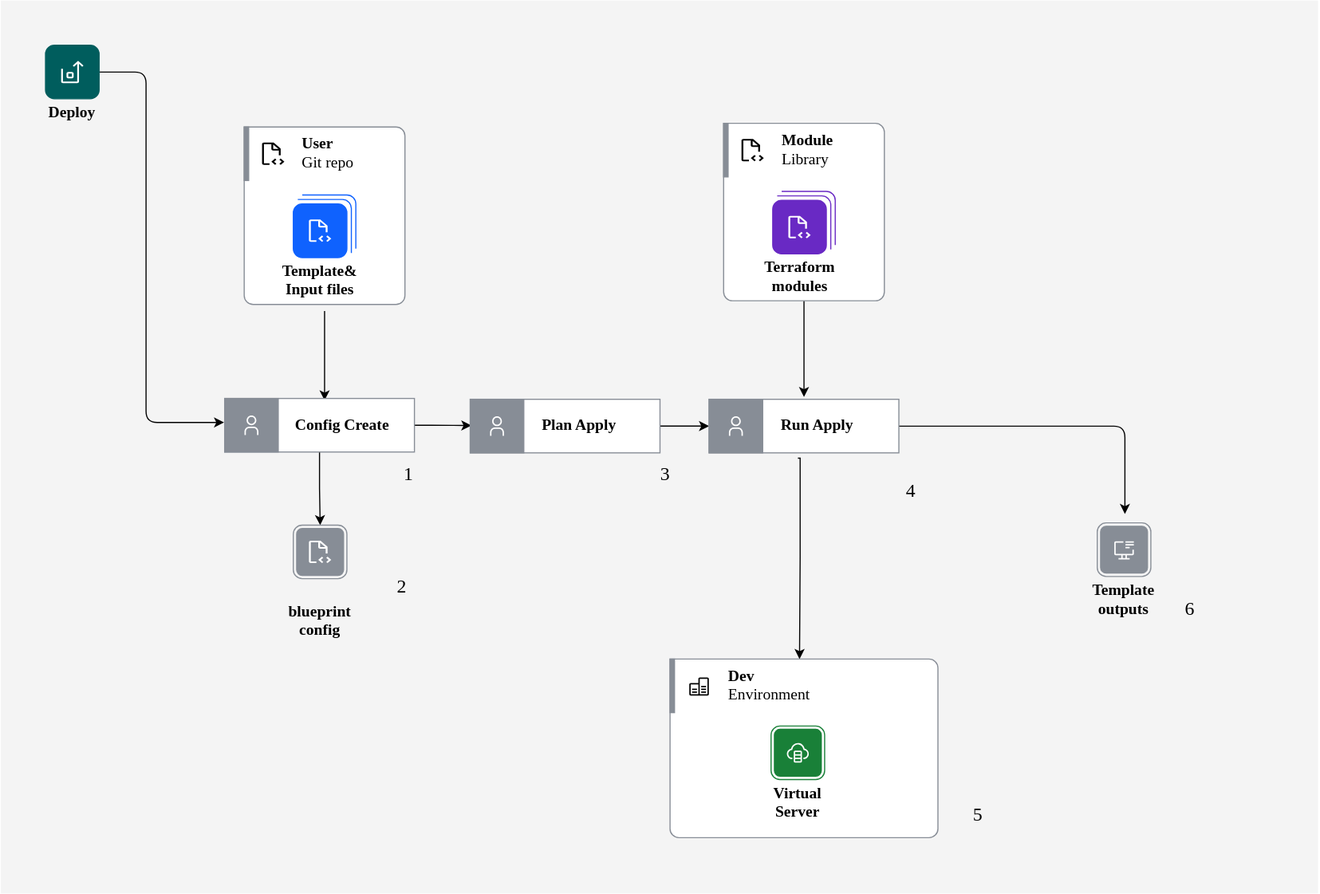
Earlier version of the draw.io export images/new/sc-bp-deploy.svg (ibm-cloud-docs/schematics). Source tidied: cells renumbered, new cells last; positions are measured from the earlier drawing's top-left corner, leaving out a move shared by most shapes.
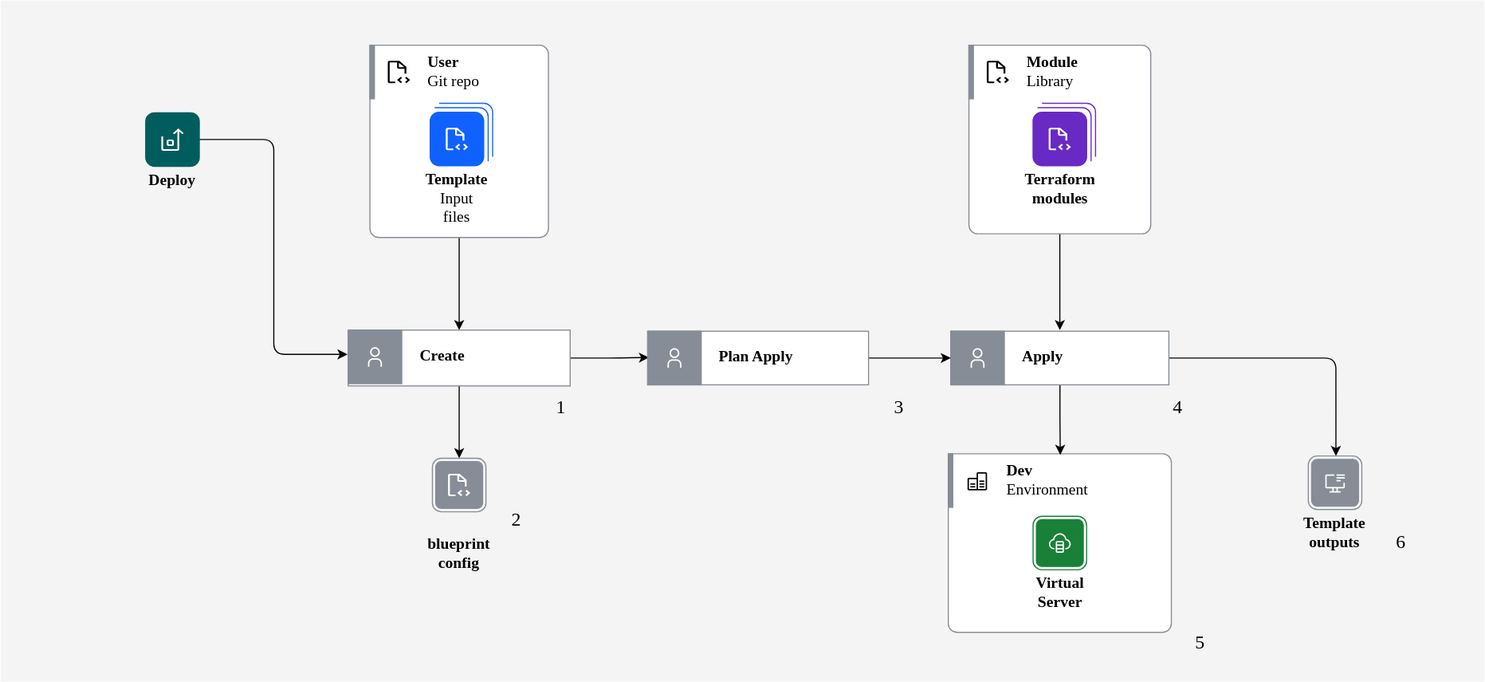
The same file after the commit.

What changed in the source:
```diff
@@ -3,37 +3,22 @@
     <mxCell id="0" />
     <mxCell id="1" parent="0" />
     <mxCell id="2" style="rounded=0;whiteSpace=wrap;html=1;fillColor=#F4F4F4;strokeColor=none;" parent="1" vertex="1">
-      <mxGeometry width="1180" height="800" as="geometry" />
+      <mxGeometry x="-150" y="60" width="1330" height="610" as="geometry" />
     </mxCell>
-    <mxCell id="3" style="edgeStyle=orthogonalEdgeStyle;rounded=0;jettySize=auto;html=1;entryX=0.5;entryY=0;entryDx=0;entryDy=0;exitX=0.468;exitY=1.099;exitDx=0;exitDy=0;startArrow=none;exitPerimeter=0;" parent="1" edge="1" source="18">
-      <mxGeometry relative="1" as="geometry">
-        <mxPoint x="715.5" y="590" as="targetPoint" />
-        <Array as="points">
-          <mxPoint x="716" y="410" />
-          <mxPoint x="716" y="498" />
-        </Array>
-      </mxGeometry>
-    </mxCell>
-    <mxCell id="4" style="edgeStyle=orthogonalEdgeStyle;rounded=0;orthogonalLoop=1;jettySize=auto;html=1;exitX=0.5;exitY=1;exitDx=0;exitDy=0;exitPerimeter=0;entryX=0.5;entryY=0;entryDx=0;entryDy=0;" parent="1" edge="1">
-      <mxGeometry relative="1" as="geometry">
-        <mxPoint x="290" y="278.2" as="sourcePoint" />
-        <mxPoint x="290" y="358.2" as="targetPoint" />
-      </mxGeometry>
-    </mxCell>
     <mxCell id="5" style="edgeStyle=orthogonalEdgeStyle;rounded=0;orthogonalLoop=1;jettySize=auto;html=1;exitX=0.5;exitY=1;exitDx=0;exitDy=0;exitPerimeter=0;entryX=0.5;entryY=0;entryDx=0;entryDy=0;fontSize=12;fontColor=#000000;" parent="1" edge="1">
       <mxGeometry relative="1" as="geometry">
-        <mxPoint x="719.5" y="190.2" as="sourcePoint" />
-        <mxPoint x="719.5" y="355.2" as="targetPoint" />
+        <mxPoint x="799.5" y="190.2" as="sourcePoint" />
+        <mxPoint x="799.5" y="355.2" as="targetPoint" />
       </mxGeometry>
     </mxCell>
     <object id="6" label="&lt;b style='font-weight:600'&gt;%Primary-Label%&lt;/b&gt;&lt;br&gt;%Secondary-Text%" Badge-Text="" Icon-Name="data--base--alt" Primary-Label="Dev" Secondary-Text="Environment" placeholders="1">
       <mxCell style="shape=mxgraph.ibm.base;ibmType=groupl;ibmLayout=expanded;strokeColor=#878d96;fillColor=default;html=1;whiteSpace=wrap;fontFamily=IBM Plex Sans;fontSize=14;image=;align=left;verticalAlign=middle;labelPosition=center;verticalLabelPosition=middle;spacing=0;spacingLeft=16;spacingRight=16;spacingTop=0;spacingBottom=0;" parent="1" vertex="1">
-        <mxGeometry x="599.5" y="590" width="240" height="160" as="geometry" />
+        <mxGeometry x="699.5" y="466" width="200" height="160" as="geometry" />
       </mxCell>
     </object>
     <object id="7" label="&lt;b style='font-weight:600'&gt;%Primary-Label%&lt;/b&gt;&lt;br&gt;%Secondary-Text%" Badge-Text="" Icon-Name="virtual-machine" Primary-Label="Virtual Server" Secondary-Text="" placeholders="1">
       <mxCell style="shape=mxgraph.ibm.base;ibmType=nodel;ibmLayout=collapsed;strokeColor=#198038;fillColor=none;html=1;whiteSpace=wrap;fontFamily=IBM Plex Sans;fontSize=14;image=;align=center;verticalAlign=top;labelPosition=center;verticalLabelPosition=bottom;spacing=0;spacingLeft=16;spacingRight=16;spacingTop=0;spacingBottom=4;ibmDouble=1;" parent="6" vertex="1">
-        <mxGeometry x="90.5" y="60" width="48" height="48" as="geometry" />
+        <mxGeometry x="76" y="56" width="48" height="48" as="geometry" />
       </mxCell>
     </object>
     <mxCell id="8" style="edgeStyle=orthogonalEdgeStyle;rounded=1;jettySize=auto;html=1;entryX=0.006;entryY=0.49;entryDx=0;entryDy=0;entryPerimeter=0;" parent="1" edge="1" source="10" target="16">
@@ -42,89 +27,88 @@
     <mxCell id="9" style="edgeStyle=orthogonalEdgeStyle;rounded=0;jettySize=auto;html=1;fontFamily=IBM Plex Sans;fontSize=17;" parent="1" edge="1" source="10" target="20">
       <mxGeometry relative="1" as="geometry" />
     </mxCell>
-    <object id="10" label="&lt;b style='font-weight:600'&gt;%Primary-Label%&lt;/b&gt;&lt;br&gt;%Secondary-Text%" Badge-Text="" Icon-Name="user" Primary-Label="Config Create" Secondary-Text="" placeholders="1">
+    <object id="10" label="&lt;b style='font-weight:600'&gt;%Primary-Label%&lt;/b&gt;&lt;br&gt;%Secondary-Text%" Badge-Text="" Icon-Name="user" Primary-Label="Create" Secondary-Text="" placeholders="1">
       <mxCell style="shape=mxgraph.ibm.base;ibmType=nodep;ibmLayout=expanded;strokeColor=#878d96;fillColor=default;html=1;whiteSpace=wrap;fontFamily=IBM Plex Sans;fontSize=14;image=;align=left;verticalAlign=middle;labelPosition=center;verticalLabelPosition=middle;spacing=0;spacingLeft=16;spacingRight=16;spacingTop=0;spacingBottom=0;" parent="1" vertex="1">
-        <mxGeometry x="200.5" y="356.5" width="170" height="48" as="geometry" />
+        <mxGeometry x="161.5" y="355.2" width="199" height="50" as="geometry" />
       </mxCell>
     </object>
     <object id="11" label="&lt;b style='font-weight:600'&gt;%Primary-Label%&lt;/b&gt;&lt;br&gt;%Secondary-Text%" Badge-Text="" Icon-Name="script" Primary-Label="Module" Secondary-Text="Library" placeholders="1">
       <mxCell style="shape=mxgraph.ibm.base;ibmType=groupl;ibmLayout=expanded;strokeColor=#878d96;fillColor=default;html=1;whiteSpace=wrap;fontFamily=IBM Plex Sans;fontSize=14;image=;align=left;verticalAlign=middle;labelPosition=center;verticalLabelPosition=middle;spacing=0;spacingLeft=16;spacingRight=16;spacingTop=0;spacingBottom=0;" parent="1" vertex="1">
-        <mxGeometry x="647.5" y="110" width="144" height="159" as="geometry" />
+        <mxGeometry x="718" y="100" width="163" height="169" as="geometry" />
       </mxCell>
     </object>
     <object id="12" label="&lt;b style='font-weight:600'&gt;%Primary-Label%&lt;/b&gt;&lt;br&gt;%Secondary-Text%" Badge-Text="" Icon-Name="script" Primary-Label="Terraform modules" Secondary-Text="" placeholders="1">
       <mxCell style="shape=mxgraph.ibm.base;ibmType=nodel;ibmLayout=collapsed;strokeColor=#6929c4;fillColor=none;html=1;whiteSpace=wrap;fontFamily=IBM Plex Sans;fontSize=14;image=;align=center;verticalAlign=top;labelPosition=center;verticalLabelPosition=bottom;spacing=0;spacingLeft=16;spacingRight=16;spacingTop=0;spacingBottom=4;ibmMultiplicity=1;" parent="11" vertex="1">
-        <mxGeometry x="44" y="69" width="48" height="48" as="geometry" />
+        <mxGeometry x="57.5" y="60" width="48" height="48" as="geometry" />
       </mxCell>
     </object>
+    <mxCell id="29" style="edgeStyle=orthogonalEdgeStyle;rounded=0;jettySize=auto;html=1;fontFamily=IBM Plex Sans;" parent="1" edge="1" source="13" target="10">
+      <mxGeometry relative="1" as="geometry" />
+    </mxCell>
     <object id="13" label="&lt;b style='font-weight:600'&gt;%Primary-Label%&lt;/b&gt;&lt;br&gt;%Secondary-Text%" Badge-Text="" Icon-Name="script" Primary-Label="User" Secondary-Text="Git repo" placeholders="1">
       <mxCell style="shape=mxgraph.ibm.base;ibmType=groupl;ibmLayout=expanded;strokeColor=#878d96;fillColor=default;html=1;whiteSpace=wrap;fontFamily=IBM Plex Sans;fontSize=14;image=;align=left;verticalAlign=middle;labelPosition=center;verticalLabelPosition=middle;spacing=0;spacingLeft=16;spacingRight=16;spacingTop=0;spacingBottom=0;" parent="1" vertex="1">
-        <mxGeometry x="218" y="113.2" width="144" height="159" as="geometry" />
+        <mxGeometry x="181" y="100" width="160" height="172.2" as="geometry" />
       </mxCell>
     </object>
-    <object id="14" label="&lt;b style='font-weight:600'&gt;%Primary-Label%&lt;/b&gt;&lt;br&gt;%Secondary-Text%" Badge-Text="" Icon-Name="script" Primary-Label="Template&amp;&#10;Input files" Secondary-Text="" placeholders="1">
+    <object id="14" label="&lt;b style='font-weight:600'&gt;%Primary-Label%&lt;/b&gt;&lt;br&gt;%Secondary-Text%" Badge-Text="" Icon-Name="script" Primary-Label="Template" Secondary-Text="Input files" placeholders="1">
       <mxCell style="shape=mxgraph.ibm.base;ibmType=nodel;ibmLayout=collapsed;strokeColor=#0f62fe;fillColor=none;html=1;whiteSpace=wrap;fontFamily=IBM Plex Sans;fontSize=14;image=;align=center;verticalAlign=top;labelPosition=center;verticalLabelPosition=bottom;spacing=0;spacingLeft=16;spacingRight=16;spacingTop=0;spacingBottom=4;ibmMultiplicity=1;" parent="13" vertex="1">
-        <mxGeometry x="44" y="69" width="48" height="48" as="geometry" />
+        <mxGeometry x="54" y="60" width="48" height="48" as="geometry" />
       </mxCell>
     </object>
-    <mxCell id="15" style="edgeStyle=orthogonalEdgeStyle;rounded=1;jettySize=auto;html=1;" parent="1" edge="1" source="16" target="18">
-      <mxGeometry relative="1" as="geometry" />
-    </mxCell>
-    <object id="16" label="&lt;b style='font-weight:600'&gt;%Primary-Label%&lt;/b&gt;&lt;br&gt;%Secondary-Text%" Badge-Text="" Icon-Name="user" Primary-Label="Plan Apply" Secondary-Text="" placeholders="1">
-      <mxCell style="shape=mxgraph.ibm.base;ibmType=nodep;ibmLayout=expanded;strokeColor=#878d96;fillColor=default;html=1;whiteSpace=wrap;fontFamily=IBM Plex Sans;fontSize=14;image=;align=left;verticalAlign=middle;labelPosition=center;verticalLabelPosition=middle;spacing=0;spacingLeft=16;spacingRight=16;spacingTop=0;spacingBottom=0;" parent="1" vertex="1">
-        <mxGeometry x="420.5" y="357.2" width="170" height="48" as="geometry" />
-      </mxCell>
-    </object>
-    <mxCell id="17" style="edgeStyle=orthogonalEdgeStyle;rounded=1;jettySize=auto;html=1;" parent="1" edge="1" source="18">
-      <mxGeometry relative="1" as="geometry">
-        <mxPoint x="1007" y="460" as="targetPoint" />
-      </mxGeometry>
+    <mxCell id="17" style="edgeStyle=orthogonalEdgeStyle;rounded=1;jettySize=auto;html=1;entryX=0.516;entryY=0;entryDx=0;entryDy=0;entryPerimeter=0;" parent="1" edge="1" source="18" target="19">
+      <mxGeometry relative="1" as="geometry" />
     </mxCell>
+    <mxCell id="30" style="edgeStyle=orthogonalEdgeStyle;rounded=0;jettySize=auto;html=1;entryX=0.502;entryY=0.006;entryDx=0;entryDy=0;entryPerimeter=0;" parent="1" edge="1" source="18" target="6">
+      <mxGeometry relative="1" as="geometry" />
+    </mxCell>
-    <object id="18" label="&lt;b style='font-weight:600'&gt;%Primary-Label%&lt;/b&gt;&lt;br&gt;%Secondary-Text%" Badge-Text="" Icon-Name="user" Primary-Label="Run Apply" Secondary-Text="" placeholders="1">
+    <object id="18" label="&lt;b style='font-weight:600'&gt;%Primary-Label%&lt;/b&gt;&lt;br&gt;%Secondary-Text%" Badge-Text="" Icon-Name="user" Primary-Label="Apply" Secondary-Text="" placeholders="1">
       <mxCell style="shape=mxgraph.ibm.base;ibmType=nodep;ibmLayout=expanded;strokeColor=#878d96;fillColor=default;html=1;whiteSpace=wrap;fontFamily=IBM Plex Sans;fontSize=14;image=;align=left;verticalAlign=middle;labelPosition=center;verticalLabelPosition=middle;spacing=0;spacingLeft=16;spacingRight=16;spacingTop=0;spacingBottom=0;" parent="1" vertex="1">
-        <mxGeometry x="634.5" y="357.2" width="170" height="48" as="geometry" />
+        <mxGeometry x="701.8" y="356.2" width="195.5" height="48" as="geometry" />
       </mxCell>
     </object>
     <object id="19" label="&lt;b style='font-weight:600'&gt;%Primary-Label%&lt;/b&gt;&lt;br&gt;%Secondary-Text%" Badge-Text="" Icon-Name="cloud--logging" Primary-Label="Template outputs" Secondary-Text="" placeholders="1">
       <mxCell style="shape=mxgraph.ibm.base;ibmType=nodel;ibmLayout=collapsed;strokeColor=#878d96;fillColor=none;html=1;whiteSpace=wrap;fontFamily=IBM Plex Sans;fontSize=14;image=;align=center;verticalAlign=top;labelPosition=center;verticalLabelPosition=bottom;spacing=0;spacingLeft=16;spacingRight=16;spacingTop=0;spacingBottom=4;ibmDouble=1;" parent="1" vertex="1">
-        <mxGeometry x="982.2" y="468" width="48" height="48" as="geometry" />
+        <mxGeometry x="1022.2" y="468" width="48" height="48" as="geometry" />
       </mxCell>
     </object>
     <object id="20" label="&lt;b style='font-weight:600'&gt;%Primary-Label%&lt;/b&gt;&lt;br&gt;%Secondary-Text%" Badge-Text="" Icon-Name="script" Primary-Label="&#10;blueprint config" Secondary-Text="" placeholders="1">
       <mxCell style="shape=mxgraph.ibm.base;ibmType=nodel;ibmLayout=collapsed;strokeColor=#878d96;fillColor=none;html=1;whiteSpace=wrap;fontFamily=IBM Plex Sans;fontSize=14;image=;align=center;verticalAlign=top;labelPosition=center;verticalLabelPosition=bottom;spacing=0;spacingLeft=16;spacingRight=16;spacingTop=0;spacingBottom=4;ibmDouble=1;" parent="1" vertex="1">
-        <mxGeometry x="262" y="470" width="48" height="48" as="geometry" />
+        <mxGeometry x="237" y="470" width="48" height="48" as="geometry" />
       </mxCell>
     </object>
-    <mxCell id="21" style="edgeStyle=orthogonalEdgeStyle;rounded=1;jettySize=auto;html=1;entryX=-0.003;entryY=0.448;entryDx=0;entryDy=0;entryPerimeter=0;fontFamily=IBM Plex Sans;fontSize=17;strokeColor=#000000;strokeWidth=1;" parent="1" edge="1" source="22" target="10">
-      <mxGeometry relative="1" as="geometry">
-        <Array as="points">
-          <mxPoint x="130" y="64" />
-          <mxPoint x="130" y="378" />
-        </Array>
-      </mxGeometry>
+    <mxCell id="21" style="edgeStyle=orthogonalEdgeStyle;rounded=1;jettySize=auto;html=1;entryX=-0.003;entryY=0.435;entryDx=0;entryDy=0;entryPerimeter=0;" parent="1" edge="1" source="22" target="10">
+      <mxGeometry relative="1" as="geometry" />
     </mxCell>
     <object id="22" label="&lt;b style='font-weight:600'&gt;%Primary-Label%&lt;/b&gt;&lt;br&gt;%Secondary-Text%" Badge-Text="" Icon-Name="deploy" Primary-Label="Deploy" Secondary-Text="" placeholders="1">
       <mxCell style="shape=mxgraph.ibm.base;ibmType=nodel;ibmLayout=collapsed;strokeColor=#005d5d;fillColor=none;html=1;whiteSpace=wrap;fontFamily=IBM Plex Sans;fontSize=14;image=;align=center;verticalAlign=top;labelPosition=center;verticalLabelPosition=bottom;spacing=0;spacingLeft=16;spacingRight=16;spacingTop=0;spacingBottom=4;dashed=1;" parent="1" vertex="1">
-        <mxGeometry x="40" y="40" width="48" height="48" as="geometry" />
+        <mxGeometry x="-20" y="160.5" width="48" height="48" as="geometry" />
       </mxCell>
     </object>
     <mxCell id="23" value="&lt;font style=&quot;font-size: 17px;&quot; face=&quot;IBM Plex Sans&quot;&gt;1&lt;/font&gt;" style="text;html=1;align=center;verticalAlign=middle;strokeColor=none;fillColor=none;" parent="1" vertex="1">
-      <mxGeometry x="350" y="415" width="30" height="20" as="geometry" />
+      <mxGeometry x="337" y="415" width="30" height="20" as="geometry" />
     </mxCell>
     <mxCell id="24" value="&lt;font style=&quot;font-size: 17px;&quot; face=&quot;IBM Plex Sans&quot;&gt;2&lt;/font&gt;" style="text;html=1;align=center;verticalAlign=middle;strokeColor=none;fillColor=none;" parent="1" vertex="1">
-      <mxGeometry x="344" y="516" width="30" height="20" as="geometry" />
+      <mxGeometry x="297" y="516" width="30" height="20" as="geometry" />
     </mxCell>
     <mxCell id="25" value="&lt;font style=&quot;font-size: 17px;&quot; face=&quot;IBM Plex Sans&quot;&gt;4&lt;/font&gt;" style="text;html=1;align=center;verticalAlign=middle;strokeColor=none;fillColor=none;" parent="1" vertex="1">
-      <mxGeometry x="800" y="430" width="30" height="20" as="geometry" />
+      <mxGeometry x="889.5" y="415" width="30" height="20" as="geometry" />
     </mxCell>
     <mxCell id="26" value="&lt;font style=&quot;font-size: 17px;&quot; face=&quot;IBM Plex Sans&quot;&gt;5&lt;/font&gt;" style="text;html=1;align=center;verticalAlign=middle;strokeColor=none;fillColor=none;" parent="1" vertex="1">
-      <mxGeometry x="860" y="720" width="30" height="20" as="geometry" />
+      <mxGeometry x="910" y="626" width="30" height="20" as="geometry" />
     </mxCell>
     <mxCell id="27" value="&lt;font style=&quot;font-size: 17px;&quot; face=&quot;IBM Plex Sans&quot;&gt;3&lt;/font&gt;" style="text;html=1;align=center;verticalAlign=middle;strokeColor=none;fillColor=none;" parent="1" vertex="1">
-      <mxGeometry x="580" y="415" width="30" height="20" as="geometry" />
+      <mxGeometry x="640" y="415" width="30" height="20" as="geometry" />
     </mxCell>
     <mxCell id="28" value="&lt;font style=&quot;font-size: 17px;&quot; face=&quot;IBM Plex Sans&quot;&gt;6&lt;/font&gt;" style="text;html=1;align=center;verticalAlign=middle;strokeColor=none;fillColor=none;" parent="1" vertex="1">
-      <mxGeometry x="1050" y="536" width="30" height="20" as="geometry" />
+      <mxGeometry x="1090" y="536" width="30" height="20" as="geometry" />
     </mxCell>
+    <mxCell id="15" style="edgeStyle=orthogonalEdgeStyle;rounded=0;jettySize=auto;html=1;" parent="1" edge="1" source="16" target="18">
+      <mxGeometry relative="1" as="geometry" />
+    </mxCell>
+    <object id="16" label="&lt;b style='font-weight:600'&gt;%Primary-Label%&lt;/b&gt;&lt;br&gt;%Secondary-Text%" Badge-Text="" Icon-Name="user" Primary-Label="Plan Apply" Secondary-Text="" placeholders="1">
+      <mxCell style="shape=mxgraph.ibm.base;ibmType=nodep;ibmLayout=expanded;strokeColor=#878d96;fillColor=default;html=1;whiteSpace=wrap;fontFamily=IBM Plex Sans;fontSize=14;image=;align=left;verticalAlign=middle;labelPosition=center;verticalLabelPosition=middle;spacing=0;spacingLeft=16;spacingRight=16;spacingTop=0;spacingBottom=0;" parent="1" vertex="1">
+        <mxGeometry x="430" y="356.2" width="198" height="48" as="geometry" />
+      </mxCell>
+    </object>
   </root>
 </mxGraphModel>
```
